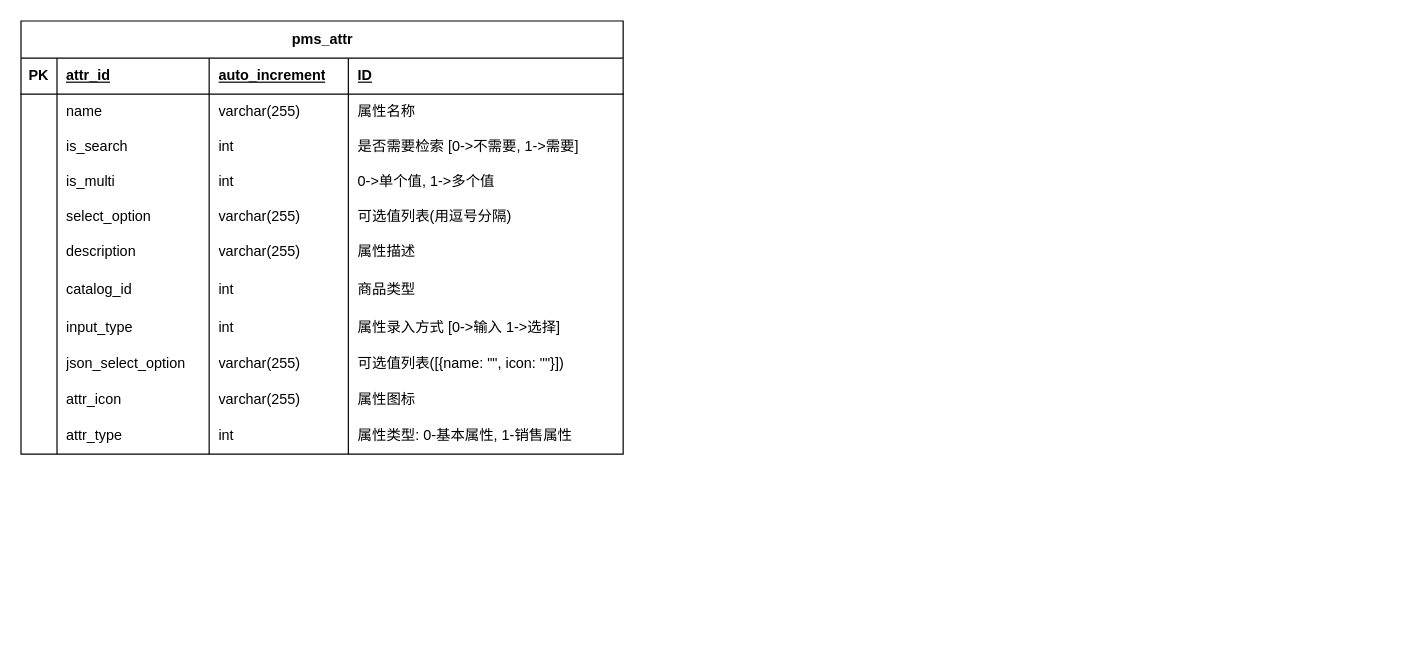
Above: 商品管理.drawio in gaollard/diagrams (draw.io), before the change. Source tidied: cells renumbered, new cells numbered last; positions are measured from the earlier drawing's top-left corner, leaving out a move shared by most shapes. Both pictures are drawn from the tidied source at 120%, with x=0, y=0 at pixel (20, 20).
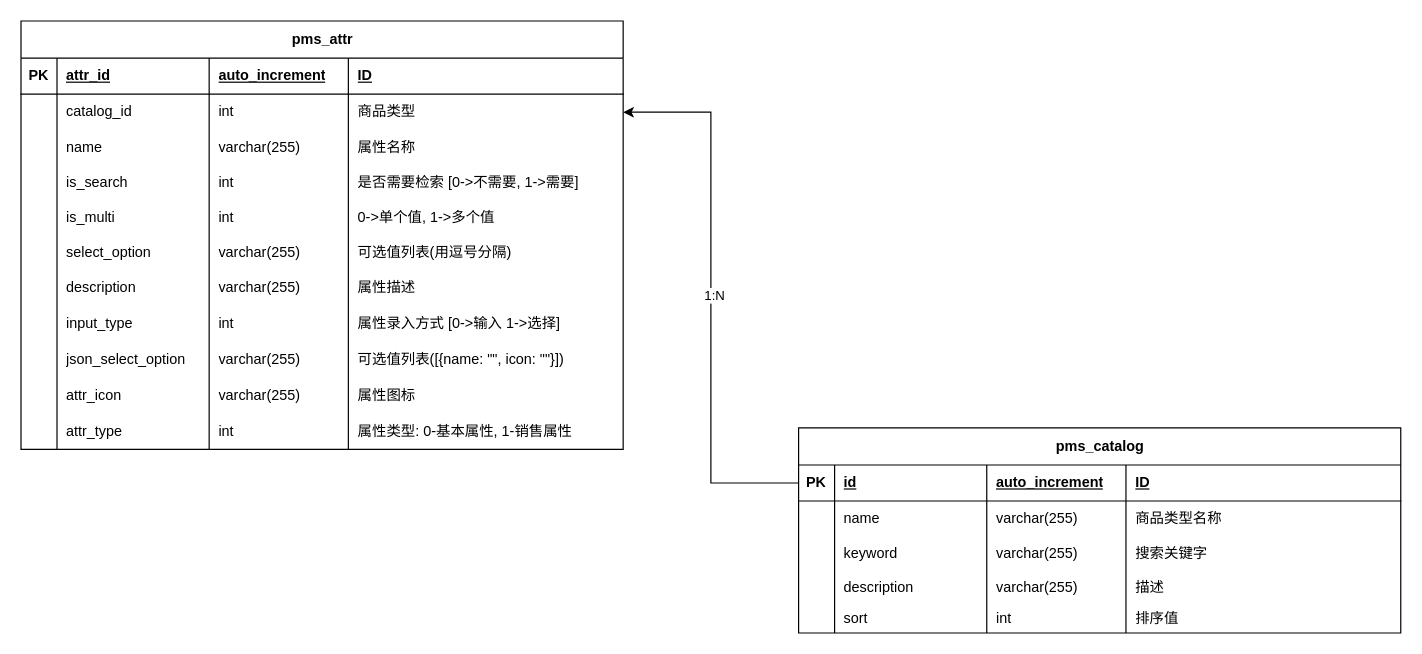
Above is the later version.

Commit message (it also covers changes not shown here):
更新商品管理.drawio

The edit, as a diff of the source:
```diff
@@
     <mxCell id="2" value="pms_attr" style="shape=table;startSize=31;childLayout=tableLayout;rowLines=0;fontStyle=1;align=center;html=1;" parent="1" vertex="1">
-      <mxGeometry width="501.8" height="361" as="geometry" />
+      <mxGeometry width="501.8" height="357" as="geometry" />
     </mxCell>
@@
+    <mxCell id="58" style="shape=tableRow;horizontal=0;startSize=0;swimlaneHead=0;swimlaneBody=0;fillColor=none;points=[[0,0.5],[1,0.5]];portConstraint=eastwest;top=0;left=0;right=0;bottom=0;" parent="2" vertex="1">
+      <mxGeometry y="61" width="501.8" height="30" as="geometry" />
+    </mxCell>
+    <mxCell id="59" style="shape=partialRectangle;fillColor=none;top=0;left=0;bottom=0;right=0;overflow=hidden;whiteSpace=wrap;html=1;" parent="58" vertex="1">
+      <mxGeometry width="30" height="30" as="geometry" />
+    </mxCell>
+    <mxCell id="35" value="catalog_id" style="shape=partialRectangle;fillColor=none;top=0;left=0;bottom=0;right=0;align=left;spacingLeft=6;overflow=hidden;whiteSpace=wrap;html=1;" parent="58" vertex="1">
+      <mxGeometry x="30" width="126.8" height="30" as="geometry" />
+    </mxCell>
+    <mxCell id="60" value="int" style="shape=partialRectangle;fillColor=none;top=0;left=0;bottom=0;right=0;align=left;spacingLeft=6;overflow=hidden;whiteSpace=wrap;html=1;" parent="58" vertex="1">
+      <mxGeometry x="156.8" width="116" height="30" as="geometry" />
+    </mxCell>
+    <mxCell id="37" value="商品类型" style="shape=partialRectangle;fillColor=none;top=0;left=0;bottom=0;right=0;align=left;spacingLeft=6;overflow=hidden;whiteSpace=wrap;html=1;" parent="58" vertex="1">
+      <mxGeometry x="272.8" width="229" height="30" as="geometry" />
+    </mxCell>
     <mxCell id="8" style="shape=tableRow;horizontal=0;startSize=0;swimlaneHead=0;swimlaneBody=0;fillColor=none;top=0;left=0;right=0;bottom=0;" parent="2" vertex="1">
-      <mxGeometry y="61" width="501.8" height="30" as="geometry" />
+      <mxGeometry y="91" width="501.8" height="30" as="geometry" />
     </mxCell>
@@
     <mxCell id="13" style="shape=tableRow;horizontal=0;startSize=0;swimlaneHead=0;swimlaneBody=0;fillColor=none;top=0;left=0;right=0;bottom=0;" parent="2" vertex="1">
-      <mxGeometry y="91" width="501.8" height="28" as="geometry" />
+      <mxGeometry y="121" width="501.8" height="28" as="geometry" />
     </mxCell>
@@
     <mxCell id="18" style="shape=tableRow;horizontal=0;startSize=0;swimlaneHead=0;swimlaneBody=0;fillColor=none;top=0;left=0;right=0;bottom=0;" parent="2" vertex="1">
-      <mxGeometry y="119" width="501.8" height="30" as="geometry" />
+      <mxGeometry y="149" width="501.8" height="30" as="geometry" />
     </mxCell>
@@
     <mxCell id="23" style="shape=tableRow;horizontal=0;startSize=0;swimlaneHead=0;swimlaneBody=0;fillColor=none;top=0;left=0;right=0;bottom=0;" parent="2" vertex="1">
-      <mxGeometry y="149" width="501.8" height="28" as="geometry" />
+      <mxGeometry y="179" width="501.8" height="28" as="geometry" />
     </mxCell>
@@
     <mxCell id="28" style="shape=tableRow;horizontal=0;startSize=0;swimlaneHead=0;swimlaneBody=0;fillColor=none;top=0;left=0;right=0;bottom=0;" parent="2" vertex="1">
-      <mxGeometry y="177" width="501.8" height="30" as="geometry" />
+      <mxGeometry y="207" width="501.8" height="30" as="geometry" />
     </mxCell>
@@
-    <mxCell id="33" style="shape=tableRow;horizontal=0;startSize=0;swimlaneHead=0;swimlaneBody=0;fillColor=none;top=0;left=0;right=0;bottom=0;" parent="2" vertex="1">
-      <mxGeometry y="207" width="501.8" height="34" as="geometry" />
-    </mxCell>
-    <mxCell id="34" style="shape=partialRectangle;fillColor=none;top=0;left=0;bottom=0;right=0;overflow=hidden;whiteSpace=wrap;html=1;" parent="33" vertex="1">
-      <mxGeometry width="30" height="34" as="geometry" />
-    </mxCell>
-    <mxCell id="35" value="catalog_id" style="shape=partialRectangle;fillColor=none;top=0;left=0;bottom=0;right=0;align=left;spacingLeft=6;overflow=hidden;whiteSpace=wrap;html=1;" parent="33" vertex="1">
-      <mxGeometry x="30" width="126.8" height="34" as="geometry" />
-    </mxCell>
-    <mxCell id="36" value="int" style="shape=partialRectangle;fillColor=none;top=0;left=0;bottom=0;right=0;align=left;spacingLeft=6;overflow=hidden;whiteSpace=wrap;html=1;" parent="33" vertex="1">
-      <mxGeometry x="156.8" width="116" height="34" as="geometry" />
-    </mxCell>
-    <mxCell id="37" value="商品类型" style="shape=partialRectangle;fillColor=none;top=0;left=0;bottom=0;right=0;align=left;spacingLeft=6;overflow=hidden;whiteSpace=wrap;html=1;" parent="33" vertex="1">
-      <mxGeometry x="272.8" width="229" height="34" as="geometry" />
-    </mxCell>
     <mxCell id="38" style="shape=tableRow;horizontal=0;startSize=0;swimlaneHead=0;swimlaneBody=0;fillColor=none;top=0;left=0;right=0;bottom=0;" parent="2" vertex="1">
-      <mxGeometry y="241" width="501.8" height="30" as="geometry" />
+      <mxGeometry y="237" width="501.8" height="30" as="geometry" />
     </mxCell>
@@
     <mxCell id="43" style="shape=tableRow;horizontal=0;startSize=0;swimlaneHead=0;swimlaneBody=0;fillColor=none;top=0;left=0;right=0;bottom=0;" parent="2" vertex="1">
-      <mxGeometry y="271" width="501.8" height="30" as="geometry" />
+      <mxGeometry y="267" width="501.8" height="30" as="geometry" />
     </mxCell>
@@
     <mxCell id="48" style="shape=tableRow;horizontal=0;startSize=0;swimlaneHead=0;swimlaneBody=0;fillColor=none;top=0;left=0;right=0;bottom=0;" parent="2" vertex="1">
-      <mxGeometry y="301" width="501.8" height="30" as="geometry" />
+      <mxGeometry y="297" width="501.8" height="30" as="geometry" />
     </mxCell>
@@
     <mxCell id="53" style="shape=tableRow;horizontal=0;startSize=0;swimlaneHead=0;swimlaneBody=0;fillColor=none;top=0;left=0;right=0;bottom=0;" parent="2" vertex="1">
-      <mxGeometry y="331" width="501.8" height="30" as="geometry" />
+      <mxGeometry y="327" width="501.8" height="30" as="geometry" />
     </mxCell>
@@
+    <mxCell id="61" value="pms_catalog" style="shape=table;startSize=31;childLayout=tableLayout;rowLines=0;fontStyle=1;align=center;html=1;" parent="1" vertex="1">
+      <mxGeometry x="648" y="339" width="501.8" height="171" as="geometry" />
+    </mxCell>
+    <mxCell id="62" style="shape=tableRow;horizontal=0;startSize=0;swimlaneHead=0;swimlaneBody=0;fillColor=none;points=[[0,0.5],[1,0.5]];portConstraint=eastwest;top=0;left=0;right=0;bottom=1;" parent="61" vertex="1">
+      <mxGeometry y="31" width="501.8" height="30" as="geometry" />
+    </mxCell>
+    <mxCell id="63" value="PK" style="shape=partialRectangle;fillColor=none;top=0;left=0;bottom=0;right=0;fontStyle=1;overflow=hidden;whiteSpace=wrap;html=1;" parent="62" vertex="1">
+      <mxGeometry width="30" height="30" as="geometry" />
+    </mxCell>
+    <mxCell id="64" value="id" style="shape=partialRectangle;fillColor=none;top=0;left=0;bottom=0;right=0;align=left;spacingLeft=6;fontStyle=5;overflow=hidden;whiteSpace=wrap;html=1;" parent="62" vertex="1">
+      <mxGeometry x="30" width="126.8" height="30" as="geometry" />
+    </mxCell>
+    <mxCell id="65" value="auto_increment" style="shape=partialRectangle;fillColor=none;top=0;left=0;bottom=0;right=0;align=left;spacingLeft=6;fontStyle=5;overflow=hidden;whiteSpace=wrap;html=1;" parent="62" vertex="1">
+      <mxGeometry x="156.8" width="116" height="30" as="geometry" />
+    </mxCell>
+    <mxCell id="66" value="ID" style="shape=partialRectangle;fillColor=none;top=0;left=0;bottom=0;right=0;align=left;spacingLeft=6;fontStyle=5;overflow=hidden;whiteSpace=wrap;html=1;" parent="62" vertex="1">
+      <mxGeometry x="272.8" width="229" height="30" as="geometry" />
+    </mxCell>
+    <mxCell id="67" style="shape=tableRow;horizontal=0;startSize=0;swimlaneHead=0;swimlaneBody=0;fillColor=none;top=0;left=0;right=0;bottom=0;" parent="61" vertex="1">
+      <mxGeometry y="61" width="501.8" height="30" as="geometry" />
+    </mxCell>
+    <mxCell id="68" style="shape=partialRectangle;fillColor=none;top=0;left=0;bottom=0;right=0;overflow=hidden;whiteSpace=wrap;html=1;" parent="67" vertex="1">
+      <mxGeometry width="30" height="30" as="geometry" />
+    </mxCell>
+    <mxCell id="69" value="name" style="shape=partialRectangle;fillColor=none;top=0;left=0;bottom=0;right=0;align=left;spacingLeft=6;overflow=hidden;whiteSpace=wrap;html=1;" parent="67" vertex="1">
+      <mxGeometry x="30" width="126.8" height="30" as="geometry" />
+    </mxCell>
+    <mxCell id="70" value="varchar(255)" style="shape=partialRectangle;fillColor=none;top=0;left=0;bottom=0;right=0;align=left;spacingLeft=6;overflow=hidden;whiteSpace=wrap;html=1;" parent="67" vertex="1">
+      <mxGeometry x="156.8" width="116" height="30" as="geometry" />
+    </mxCell>
+    <mxCell id="71" value="商品类型名称" style="shape=partialRectangle;fillColor=none;top=0;left=0;bottom=0;right=0;align=left;spacingLeft=6;overflow=hidden;whiteSpace=wrap;html=1;" parent="67" vertex="1">
+      <mxGeometry x="272.8" width="229" height="30" as="geometry" />
+    </mxCell>
+    <mxCell id="72" style="shape=tableRow;horizontal=0;startSize=0;swimlaneHead=0;swimlaneBody=0;fillColor=none;top=0;left=0;right=0;bottom=0;" parent="61" vertex="1">
+      <mxGeometry y="91" width="501.8" height="28" as="geometry" />
+    </mxCell>
+    <mxCell id="73" style="shape=partialRectangle;fillColor=none;top=0;left=0;bottom=0;right=0;overflow=hidden;whiteSpace=wrap;html=1;" parent="72" vertex="1">
+      <mxGeometry width="30" height="28" as="geometry" />
+    </mxCell>
+    <mxCell id="74" value="keyword" style="shape=partialRectangle;fillColor=none;top=0;left=0;bottom=0;right=0;align=left;spacingLeft=6;overflow=hidden;whiteSpace=wrap;html=1;" parent="72" vertex="1">
+      <mxGeometry x="30" width="126.8" height="28" as="geometry" />
+    </mxCell>
+    <mxCell id="75" value="varchar(255)" style="shape=partialRectangle;fillColor=none;top=0;left=0;bottom=0;right=0;align=left;spacingLeft=6;overflow=hidden;whiteSpace=wrap;html=1;" parent="72" vertex="1">
+      <mxGeometry x="156.8" width="116" height="28" as="geometry" />
+    </mxCell>
+    <mxCell id="76" value="搜索关键字" style="shape=partialRectangle;fillColor=none;top=0;left=0;bottom=0;right=0;align=left;spacingLeft=6;overflow=hidden;whiteSpace=wrap;html=1;" parent="72" vertex="1">
+      <mxGeometry x="272.8" width="229" height="28" as="geometry" />
+    </mxCell>
+    <mxCell id="77" style="shape=tableRow;horizontal=0;startSize=0;swimlaneHead=0;swimlaneBody=0;fillColor=none;top=0;left=0;right=0;bottom=0;" parent="61" vertex="1">
+      <mxGeometry y="119" width="501.8" height="28" as="geometry" />
+    </mxCell>
+    <mxCell id="78" style="shape=partialRectangle;fillColor=none;top=0;left=0;bottom=0;right=0;overflow=hidden;whiteSpace=wrap;html=1;" parent="77" vertex="1">
+      <mxGeometry width="30" height="28" as="geometry" />
+    </mxCell>
+    <mxCell id="79" value="description" style="shape=partialRectangle;fillColor=none;top=0;left=0;bottom=0;right=0;align=left;spacingLeft=6;overflow=hidden;whiteSpace=wrap;html=1;" parent="77" vertex="1">
+      <mxGeometry x="30" width="126.8" height="28" as="geometry" />
+    </mxCell>
+    <mxCell id="80" value="varchar(255)" style="shape=partialRectangle;fillColor=none;top=0;left=0;bottom=0;right=0;align=left;spacingLeft=6;overflow=hidden;whiteSpace=wrap;html=1;" parent="77" vertex="1">
+      <mxGeometry x="156.8" width="116" height="28" as="geometry" />
+    </mxCell>
+    <mxCell id="81" value="描述" style="shape=partialRectangle;fillColor=none;top=0;left=0;bottom=0;right=0;align=left;spacingLeft=6;overflow=hidden;whiteSpace=wrap;html=1;" parent="77" vertex="1">
+      <mxGeometry x="272.8" width="229" height="28" as="geometry" />
+    </mxCell>
+    <mxCell id="82" style="shape=tableRow;horizontal=0;startSize=0;swimlaneHead=0;swimlaneBody=0;fillColor=none;top=0;left=0;right=0;bottom=0;" parent="61" vertex="1">
+      <mxGeometry y="147" width="501.8" height="24" as="geometry" />
+    </mxCell>
+    <mxCell id="83" style="shape=partialRectangle;fillColor=none;top=0;left=0;bottom=0;right=0;overflow=hidden;whiteSpace=wrap;html=1;" parent="82" vertex="1">
+      <mxGeometry width="30" height="24" as="geometry" />
+    </mxCell>
+    <mxCell id="84" value="sort" style="shape=partialRectangle;fillColor=none;top=0;left=0;bottom=0;right=0;align=left;spacingLeft=6;overflow=hidden;whiteSpace=wrap;html=1;" parent="82" vertex="1">
+      <mxGeometry x="30" width="126.8" height="24" as="geometry" />
+    </mxCell>
+    <mxCell id="85" value="int" style="shape=partialRectangle;fillColor=none;top=0;left=0;bottom=0;right=0;align=left;spacingLeft=6;overflow=hidden;whiteSpace=wrap;html=1;" parent="82" vertex="1">
+      <mxGeometry x="156.8" width="116" height="24" as="geometry" />
+    </mxCell>
+    <mxCell id="86" value="排序值" style="shape=partialRectangle;fillColor=none;top=0;left=0;bottom=0;right=0;align=left;spacingLeft=6;overflow=hidden;whiteSpace=wrap;html=1;" parent="82" vertex="1">
+      <mxGeometry x="272.8" width="229" height="24" as="geometry" />
+    </mxCell>
+    <mxCell id="87" style="edgeStyle=orthogonalEdgeStyle;rounded=0;jettySize=auto;html=1;exitX=0;exitY=0.5;exitDx=0;exitDy=0;entryX=1;entryY=0.5;entryDx=0;entryDy=0;" parent="1" edge="1" source="62" target="58">
+      <mxGeometry relative="1" as="geometry" />
+    </mxCell>
+    <mxCell id="88" value="1:N" style="edgeLabel;html=1;align=center;verticalAlign=middle;" parent="87" vertex="1">
+      <mxGeometry x="0.01" y="-3" relative="1" as="geometry" />
+    </mxCell>
```
